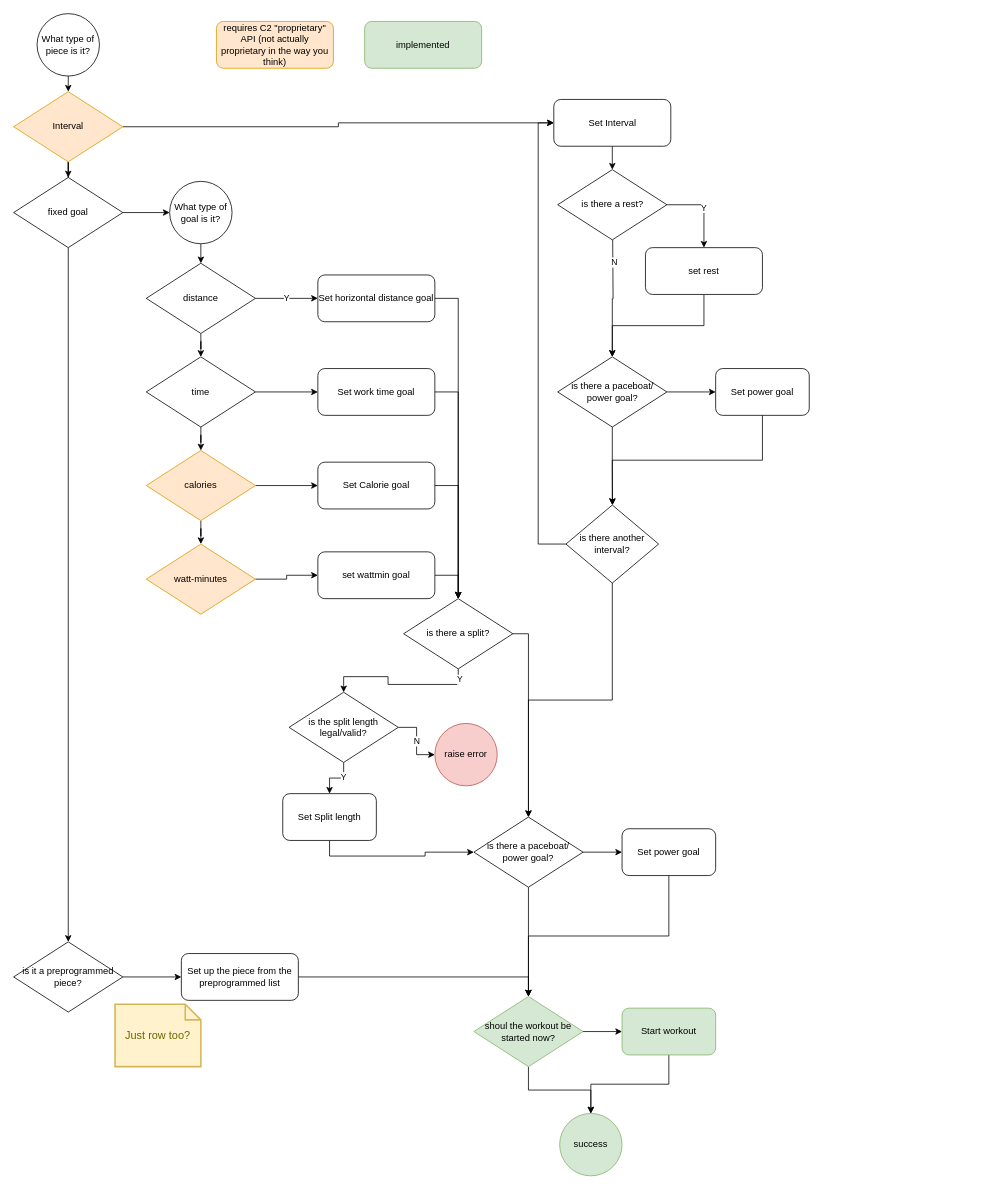
The draw.io diagram docs/diagrams/Workout Types Flow.drawio in OpenRowingCommunity/c2bluetooth, before the edit. Source tidied: cells renumbered, new cells numbered last; positions are measured from the earlier drawing's top-left corner, leaving out a move shared by most shapes. Both pictures are drawn from the tidied source at 78%, with x=0, y=0 at pixel (13, 13).
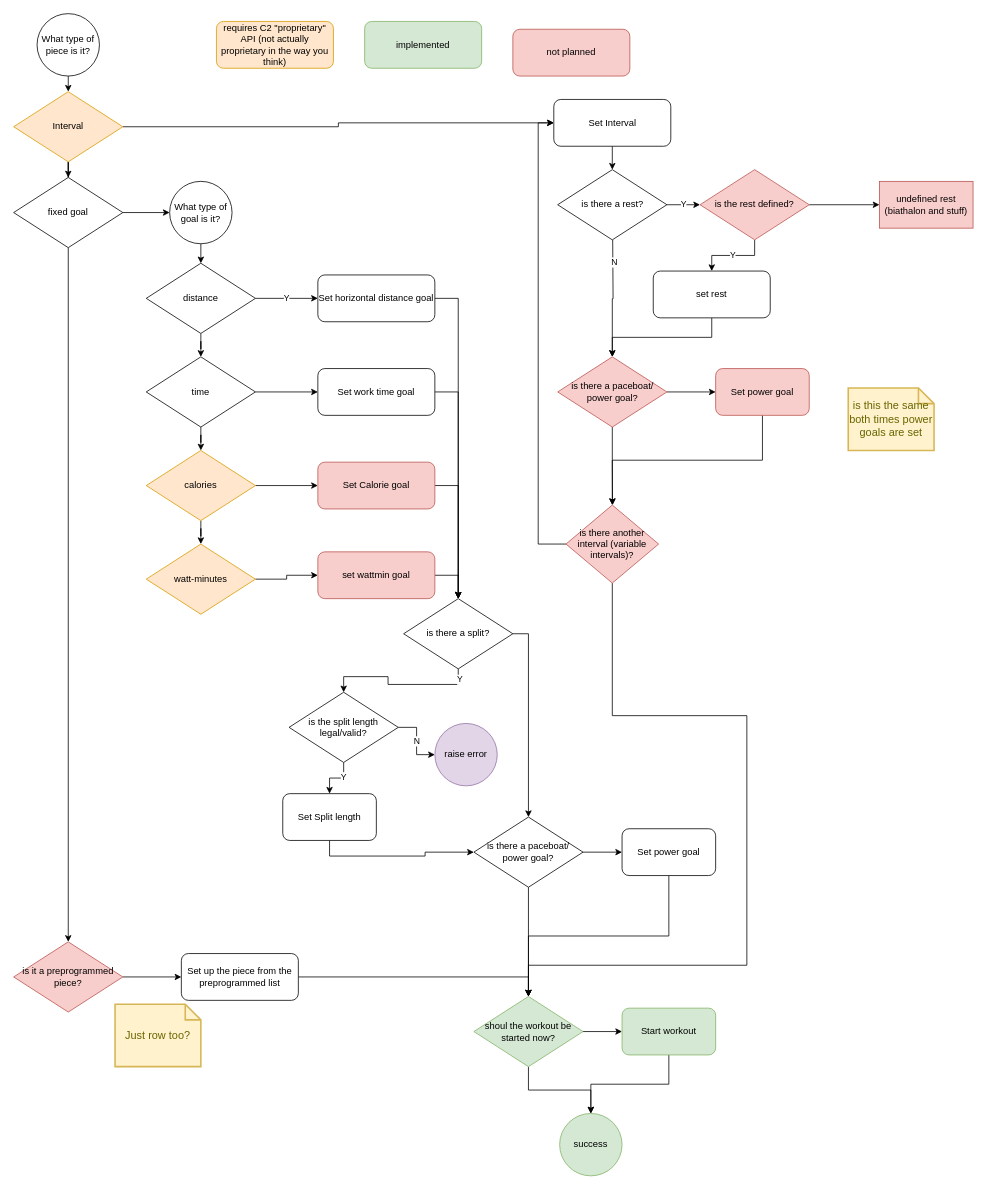
The same page after the edit.

Commit message:
add undefined rest handling for intervals and add colors for things not planned for the immediate future

The change refers to these unchanged cells:
```xml
<mxCell id="15" value="is there a rest?" style="rhombus;whiteSpace=wrap;html=1;" parent="1" vertex="1">
  <mxGeometry x="697.5" y="200" width="140" height="90" as="geometry" />
</mxCell>
<mxCell id="44" value="is there a paceboat/&lt;br&gt;power goal?" style="rhombus;whiteSpace=wrap;html=1;" parent="1" vertex="1">
  <mxGeometry x="590" y="1030" width="140" height="90" as="geometry" />
</mxCell>
<mxCell id="49" value="shoul the workout be started now?" style="rhombus;whiteSpace=wrap;html=1;fillColor=#d5e8d4;strokeColor=#82b366;" parent="1" vertex="1">
  <mxGeometry x="590" y="1260" width="140" height="90" as="geometry" />
</mxCell>
```

The edit, as a diff of the source:
```diff
@@
-    <mxCell id="12" value="Y" style="edgeStyle=orthogonalEdgeStyle;rounded=0;jettySize=auto;html=1;exitX=1;exitY=0.5;exitDx=0;exitDy=0;entryX=0.5;entryY=0;entryDx=0;entryDy=0;" parent="1" edge="1" source="15" target="17">
+    <mxCell id="12" value="Y" style="edgeStyle=orthogonalEdgeStyle;rounded=0;jettySize=auto;html=1;exitX=1;exitY=0.5;exitDx=0;exitDy=0;" parent="1" edge="1" source="15" target="78">
       <mxGeometry relative="1" as="geometry" />
     </mxCell>
@@
     <mxCell id="17" value="set rest" style="rounded=1;whiteSpace=wrap;html=1;" parent="1" vertex="1">
-      <mxGeometry x="810" y="300" width="150" height="60" as="geometry" />
+      <mxGeometry x="820" y="330" width="150" height="60" as="geometry" />
     </mxCell>
@@
-    <mxCell id="31" value="is it a preprogrammed piece?" style="rhombus;whiteSpace=wrap;html=1;" parent="1" vertex="1">
+    <mxCell id="31" value="is it a preprogrammed piece?" style="rhombus;whiteSpace=wrap;html=1;fillColor=#f8cecc;strokeColor=#b85450;" parent="1" vertex="1">
       <mxGeometry y="1190" width="140" height="90" as="geometry" />
     </mxCell>
@@
-    <mxCell id="57" value="Set Calorie goal" style="rounded=1;whiteSpace=wrap;html=1;" parent="1" vertex="1">
+    <mxCell id="57" value="Set Calorie goal" style="rounded=1;whiteSpace=wrap;html=1;fillColor=#f8cecc;strokeColor=#b85450;" parent="1" vertex="1">
       <mxGeometry x="390" y="575" width="150" height="60" as="geometry" />
     </mxCell>
@@
-    <mxCell id="59" value="set wattmin goal" style="rounded=1;whiteSpace=wrap;html=1;" parent="1" vertex="1">
+    <mxCell id="59" value="set wattmin goal" style="rounded=1;whiteSpace=wrap;html=1;fillColor=#f8cecc;strokeColor=#b85450;" parent="1" vertex="1">
       <mxGeometry x="390" y="690" width="150" height="60" as="geometry" />
     </mxCell>
@@
-    <mxCell id="66" value="raise error" style="ellipse;whiteSpace=wrap;html=1;fillColor=#f8cecc;align=center;strokeColor=#b85450;" parent="1" vertex="1">
+    <mxCell id="66" value="raise error" style="ellipse;whiteSpace=wrap;html=1;align=center;fillColor=#e1d5e7;strokeColor=#9673a6;" parent="1" vertex="1">
       <mxGeometry x="540" y="910" width="80" height="80" as="geometry" />
     </mxCell>
@@
-    <mxCell id="68" style="edgeStyle=orthogonalEdgeStyle;rounded=0;jettySize=auto;html=1;exitX=0.5;exitY=1;exitDx=0;exitDy=0;entryX=0.5;entryY=0;entryDx=0;entryDy=0;" parent="1" edge="1" source="69" target="44">
-      <mxGeometry relative="1" as="geometry" />
+    <mxCell id="68" style="edgeStyle=orthogonalEdgeStyle;rounded=0;jettySize=auto;html=1;exitX=0.5;exitY=1;exitDx=0;exitDy=0;entryX=0.5;entryY=0;entryDx=0;entryDy=0;" parent="1" edge="1" source="69" target="49">
+      <mxGeometry relative="1" as="geometry">
+        <Array as="points">
+          <mxPoint x="768" y="900" />
+          <mxPoint x="940" y="900" />
+          <mxPoint x="940" y="1220" />
+          <mxPoint x="660" y="1220" />
+        </Array>
+      </mxGeometry>
     </mxCell>
-    <mxCell id="69" value="is there another interval?" style="rhombus;whiteSpace=wrap;html=1;" parent="1" vertex="1">
+    <mxCell id="69" value="is there another interval (variable intervals)?" style="rhombus;whiteSpace=wrap;html=1;fillColor=#f8cecc;strokeColor=#b85450;" parent="1" vertex="1">
       <mxGeometry x="708.1" y="630" width="118.8" height="100" as="geometry" />
     </mxCell>
@@
-    <mxCell id="72" value="is there a paceboat/&lt;br&gt;power goal?" style="rhombus;whiteSpace=wrap;html=1;" parent="1" vertex="1">
+    <mxCell id="72" value="is there a paceboat/&lt;br&gt;power goal?" style="rhombus;whiteSpace=wrap;html=1;fillColor=#f8cecc;strokeColor=#b85450;" parent="1" vertex="1">
       <mxGeometry x="697.5" y="440" width="140" height="90" as="geometry" />
     </mxCell>
@@
-    <mxCell id="74" value="Set power goal" style="whiteSpace=wrap;html=1;rounded=1;" parent="1" vertex="1">
+    <mxCell id="74" value="Set power goal" style="whiteSpace=wrap;html=1;rounded=1;fillColor=#f8cecc;strokeColor=#b85450;" parent="1" vertex="1">
       <mxGeometry x="900" y="455" width="120" height="60" as="geometry" />
     </mxCell>
@@
+    <mxCell id="76" value="Y" style="edgeStyle=orthogonalEdgeStyle;rounded=0;jettySize=auto;html=1;exitX=0.5;exitY=1;exitDx=0;exitDy=0;entryX=0.5;entryY=0;entryDx=0;entryDy=0;" parent="1" edge="1" source="78" target="17">
+      <mxGeometry relative="1" as="geometry" />
+    </mxCell>
+    <mxCell id="77" style="edgeStyle=orthogonalEdgeStyle;rounded=0;jettySize=auto;html=1;" parent="1" edge="1" source="78" target="79">
+      <mxGeometry relative="1" as="geometry" />
+    </mxCell>
+    <mxCell id="78" value="is the rest defined?" style="rhombus;whiteSpace=wrap;html=1;fillColor=#f8cecc;strokeColor=#b85450;" parent="1" vertex="1">
+      <mxGeometry x="880" y="200" width="140" height="90" as="geometry" />
+    </mxCell>
+    <mxCell id="79" value="undefined rest (biathalon and stuff)" style="whiteSpace=wrap;html=1;fillColor=#f8cecc;strokeColor=#b85450;" parent="1" vertex="1">
+      <mxGeometry x="1110" y="215" width="120" height="60" as="geometry" />
+    </mxCell>
+    <mxCell id="80" value="not planned" style="rounded=1;whiteSpace=wrap;html=1;fillColor=#f8cecc;strokeColor=#b85450;" parent="1" vertex="1">
+      <mxGeometry x="640" y="20" width="150" height="60" as="geometry" />
+    </mxCell>
+    <mxCell id="81" value="is this the same both times power goals are set" style="shape=note;strokeWidth=2;fontSize=14;size=20;whiteSpace=wrap;html=1;fillColor=#fff2cc;strokeColor=#d6b656;fontColor=#666600;" parent="1" vertex="1">
+      <mxGeometry x="1070" y="480" width="110" height="80" as="geometry" />
+    </mxCell>
```
